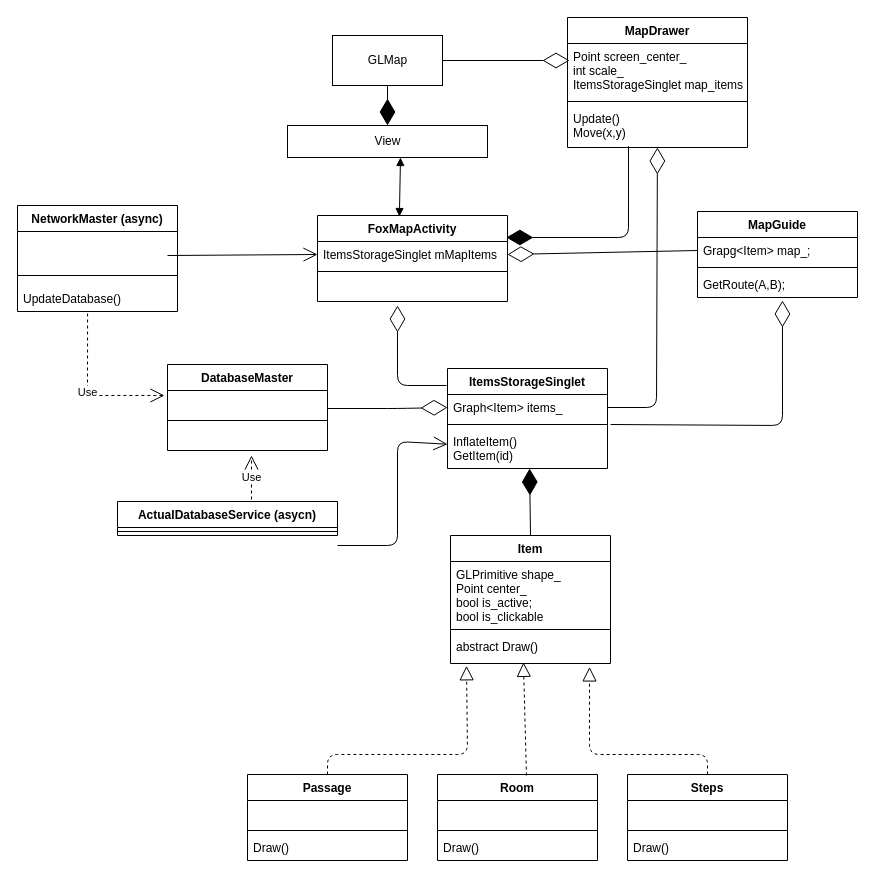
Before: Android App/Untitled Diagram.drawio in tamerlanchik/FoxCode, a draw.io diagram. Source tidied: cells renumbered, new cells numbered last; positions are measured from the earlier drawing's top-left corner, leaving out a move shared by most shapes. Both pictures are drawn from the tidied source at 100%, with x=0, y=0 at pixel (17, 17).
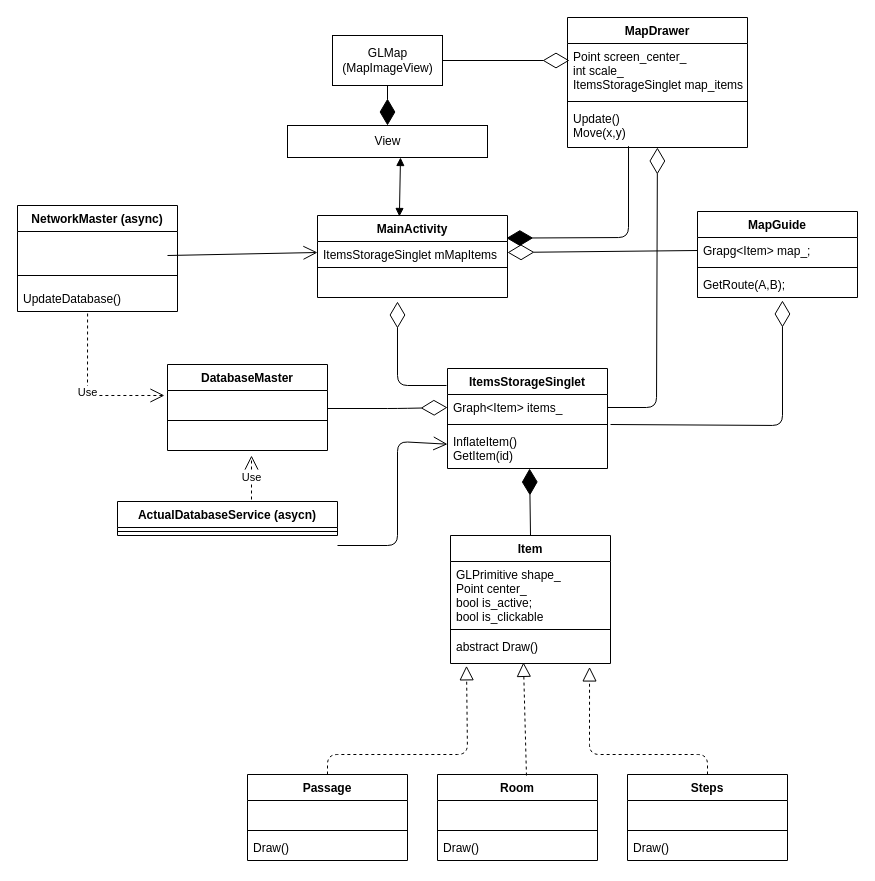
After the change.

Change to the diagram source:
```diff
@@
-    <mxCell id="2" value="FoxMapActivity" style="swimlane;fontStyle=1;align=center;verticalAlign=top;horizontal=1;startSize=26;" parent="1" vertex="1">
-      <mxGeometry x="300" y="198" width="190" height="86" as="geometry" />
+    <mxCell id="2" value="MainActivity" style="swimlane;fontStyle=1;align=center;verticalAlign=top;horizontal=1;startSize=26;" parent="1" vertex="1">
+      <mxGeometry x="300" y="198" width="190" height="82" as="geometry" />
     </mxCell>
     <mxCell id="3" value="ItemsStorageSinglet mMapItems" style="text;strokeColor=none;fillColor=none;align=left;verticalAlign=top;spacingLeft=4;spacingRight=4;overflow=hidden;points=[[0,0.5],[1,0.5]];portConstraint=eastwest;" parent="2" vertex="1">
-      <mxGeometry y="26" width="190" height="26" as="geometry" />
+      <mxGeometry y="26" width="190" height="22" as="geometry" />
     </mxCell>
     <mxCell id="4" style="line;strokeWidth=1;fillColor=none;align=left;verticalAlign=middle;spacingTop=-1;spacingLeft=3;spacingRight=3;labelPosition=right;" parent="2" vertex="1">
-      <mxGeometry y="52" width="190" height="8" as="geometry" />
+      <mxGeometry y="48" width="190" height="8" as="geometry" />
     </mxCell>
     <mxCell id="5" value="  &#10;" style="text;strokeColor=none;fillColor=none;align=left;verticalAlign=top;spacingLeft=4;spacingRight=4;overflow=hidden;points=[[0,0.5],[1,0.5]];portConstraint=eastwest;" parent="2" vertex="1">
-      <mxGeometry y="60" width="190" height="26" as="geometry" />
+      <mxGeometry y="56" width="190" height="26" as="geometry" />
     </mxCell>
@@
-    <mxCell id="54" value="GLMap" style="html=1;" parent="1" vertex="1">
+    <mxCell id="54" value="GLMap&lt;br&gt;(MapImageView)&lt;br&gt;" style="html=1;" parent="1" vertex="1">
       <mxGeometry x="315" y="18" width="110" height="50" as="geometry" />
     </mxCell>
```
